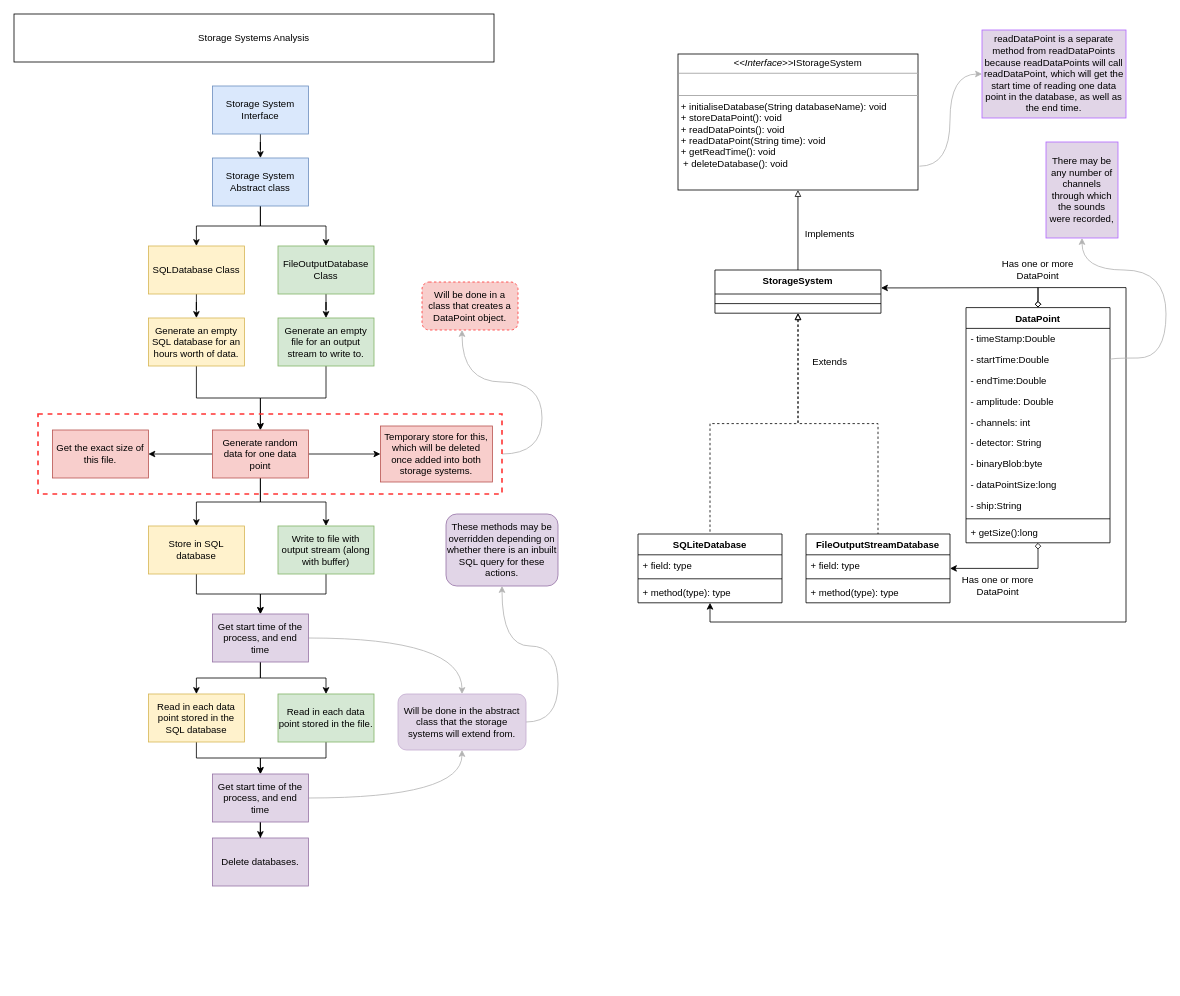
Above: planning/StorageSystemVIP.drawio in dolphin-acoustics-vip/DBAnalytics (draw.io), before the change. Source tidied: cells renumbered, new cells numbered last; positions are measured from the earlier drawing's top-left corner, leaving out a move shared by most shapes. Both pictures are drawn from the tidied source at 80%, with x=0, y=0 at pixel (14, 14).
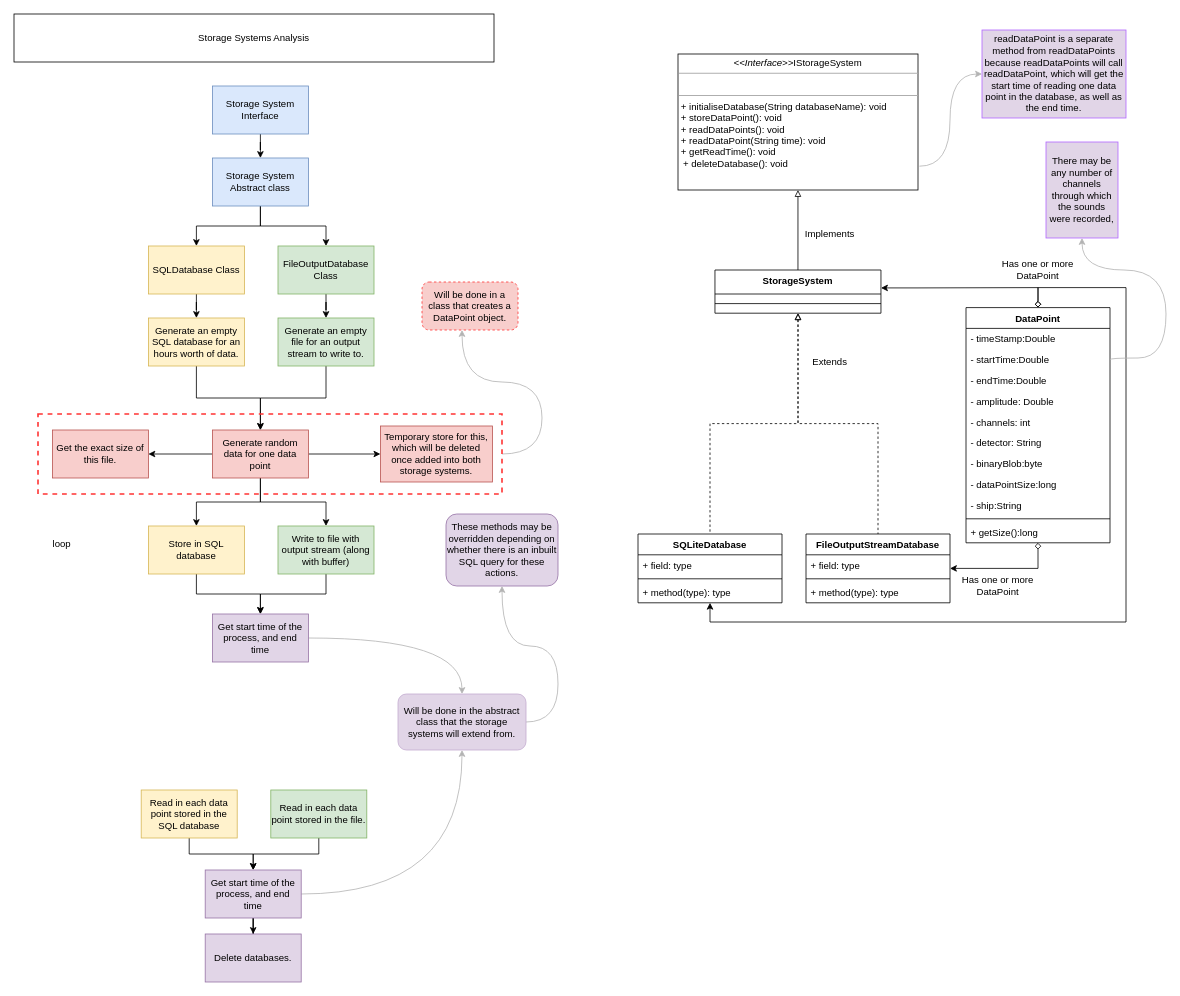
After the change.

Unchanged cells that the change refers to:
```xml
<mxCell id="31" value="Get start time of the process, and end time" style="whiteSpace=wrap;html=1;fillColor=#e1d5e7;strokeColor=#9673a6;rounded=0;" parent="1" vertex="1">
  <mxGeometry x="248" y="750" width="120" height="60" as="geometry" />
</mxCell>
```

Diff of the diagram source:
```diff
@@
     <mxCell id="18" value="Read in each data point stored in the SQL database" style="whiteSpace=wrap;html=1;fillColor=#fff2cc;strokeColor=#d6b656;rounded=0;" parent="1" vertex="1">
-      <mxGeometry x="168" y="850" width="120" height="60" as="geometry" />
+      <mxGeometry x="159" y="970" width="120" height="60" as="geometry" />
     </mxCell>
@@
     <mxCell id="24" value="Read in each data point stored in the file." style="whiteSpace=wrap;html=1;fillColor=#d5e8d4;strokeColor=#82b366;rounded=0;" parent="1" vertex="1">
-      <mxGeometry x="330" y="850" width="120" height="60" as="geometry" />
+      <mxGeometry x="321" y="970" width="120" height="60" as="geometry" />
     </mxCell>
@@
     <mxCell id="27" value="Get start time of the process, and end time" style="whiteSpace=wrap;html=1;fillColor=#e1d5e7;strokeColor=#9673a6;rounded=0;" parent="1" vertex="1">
-      <mxGeometry x="248" y="950" width="120" height="60" as="geometry" />
+      <mxGeometry x="239" y="1070" width="120" height="60" as="geometry" />
     </mxCell>
-    <mxCell id="28" style="edgeStyle=orthogonalEdgeStyle;rounded=0;jettySize=auto;html=1;entryX=0.5;entryY=0;entryDx=0;entryDy=0;" parent="1" edge="1" source="31" target="18">
-      <mxGeometry relative="1" as="geometry" />
-    </mxCell>
-    <mxCell id="29" style="edgeStyle=orthogonalEdgeStyle;rounded=0;jettySize=auto;html=1;entryX=0.5;entryY=0;entryDx=0;entryDy=0;" parent="1" edge="1" source="31" target="24">
-      <mxGeometry relative="1" as="geometry" />
-    </mxCell>
@@
     <mxCell id="44" value="Delete databases." style="whiteSpace=wrap;html=1;fillColor=#e1d5e7;strokeColor=#9673a6;rounded=0;" parent="1" vertex="1">
-      <mxGeometry x="248" y="1030" width="120" height="60" as="geometry" />
+      <mxGeometry x="239" y="1150" width="120" height="60" as="geometry" />
     </mxCell>
@@
+    <mxCell id="82" value="&lt;div&gt;loop&lt;/div&gt;&lt;div&gt;&lt;br&gt;&lt;/div&gt;" style="text;html=1;strokeColor=none;fillColor=none;align=center;verticalAlign=middle;whiteSpace=wrap;rounded=0;" parent="1" vertex="1">
+      <mxGeometry x="30" y="655" width="60" height="30" as="geometry" />
+    </mxCell>
```
